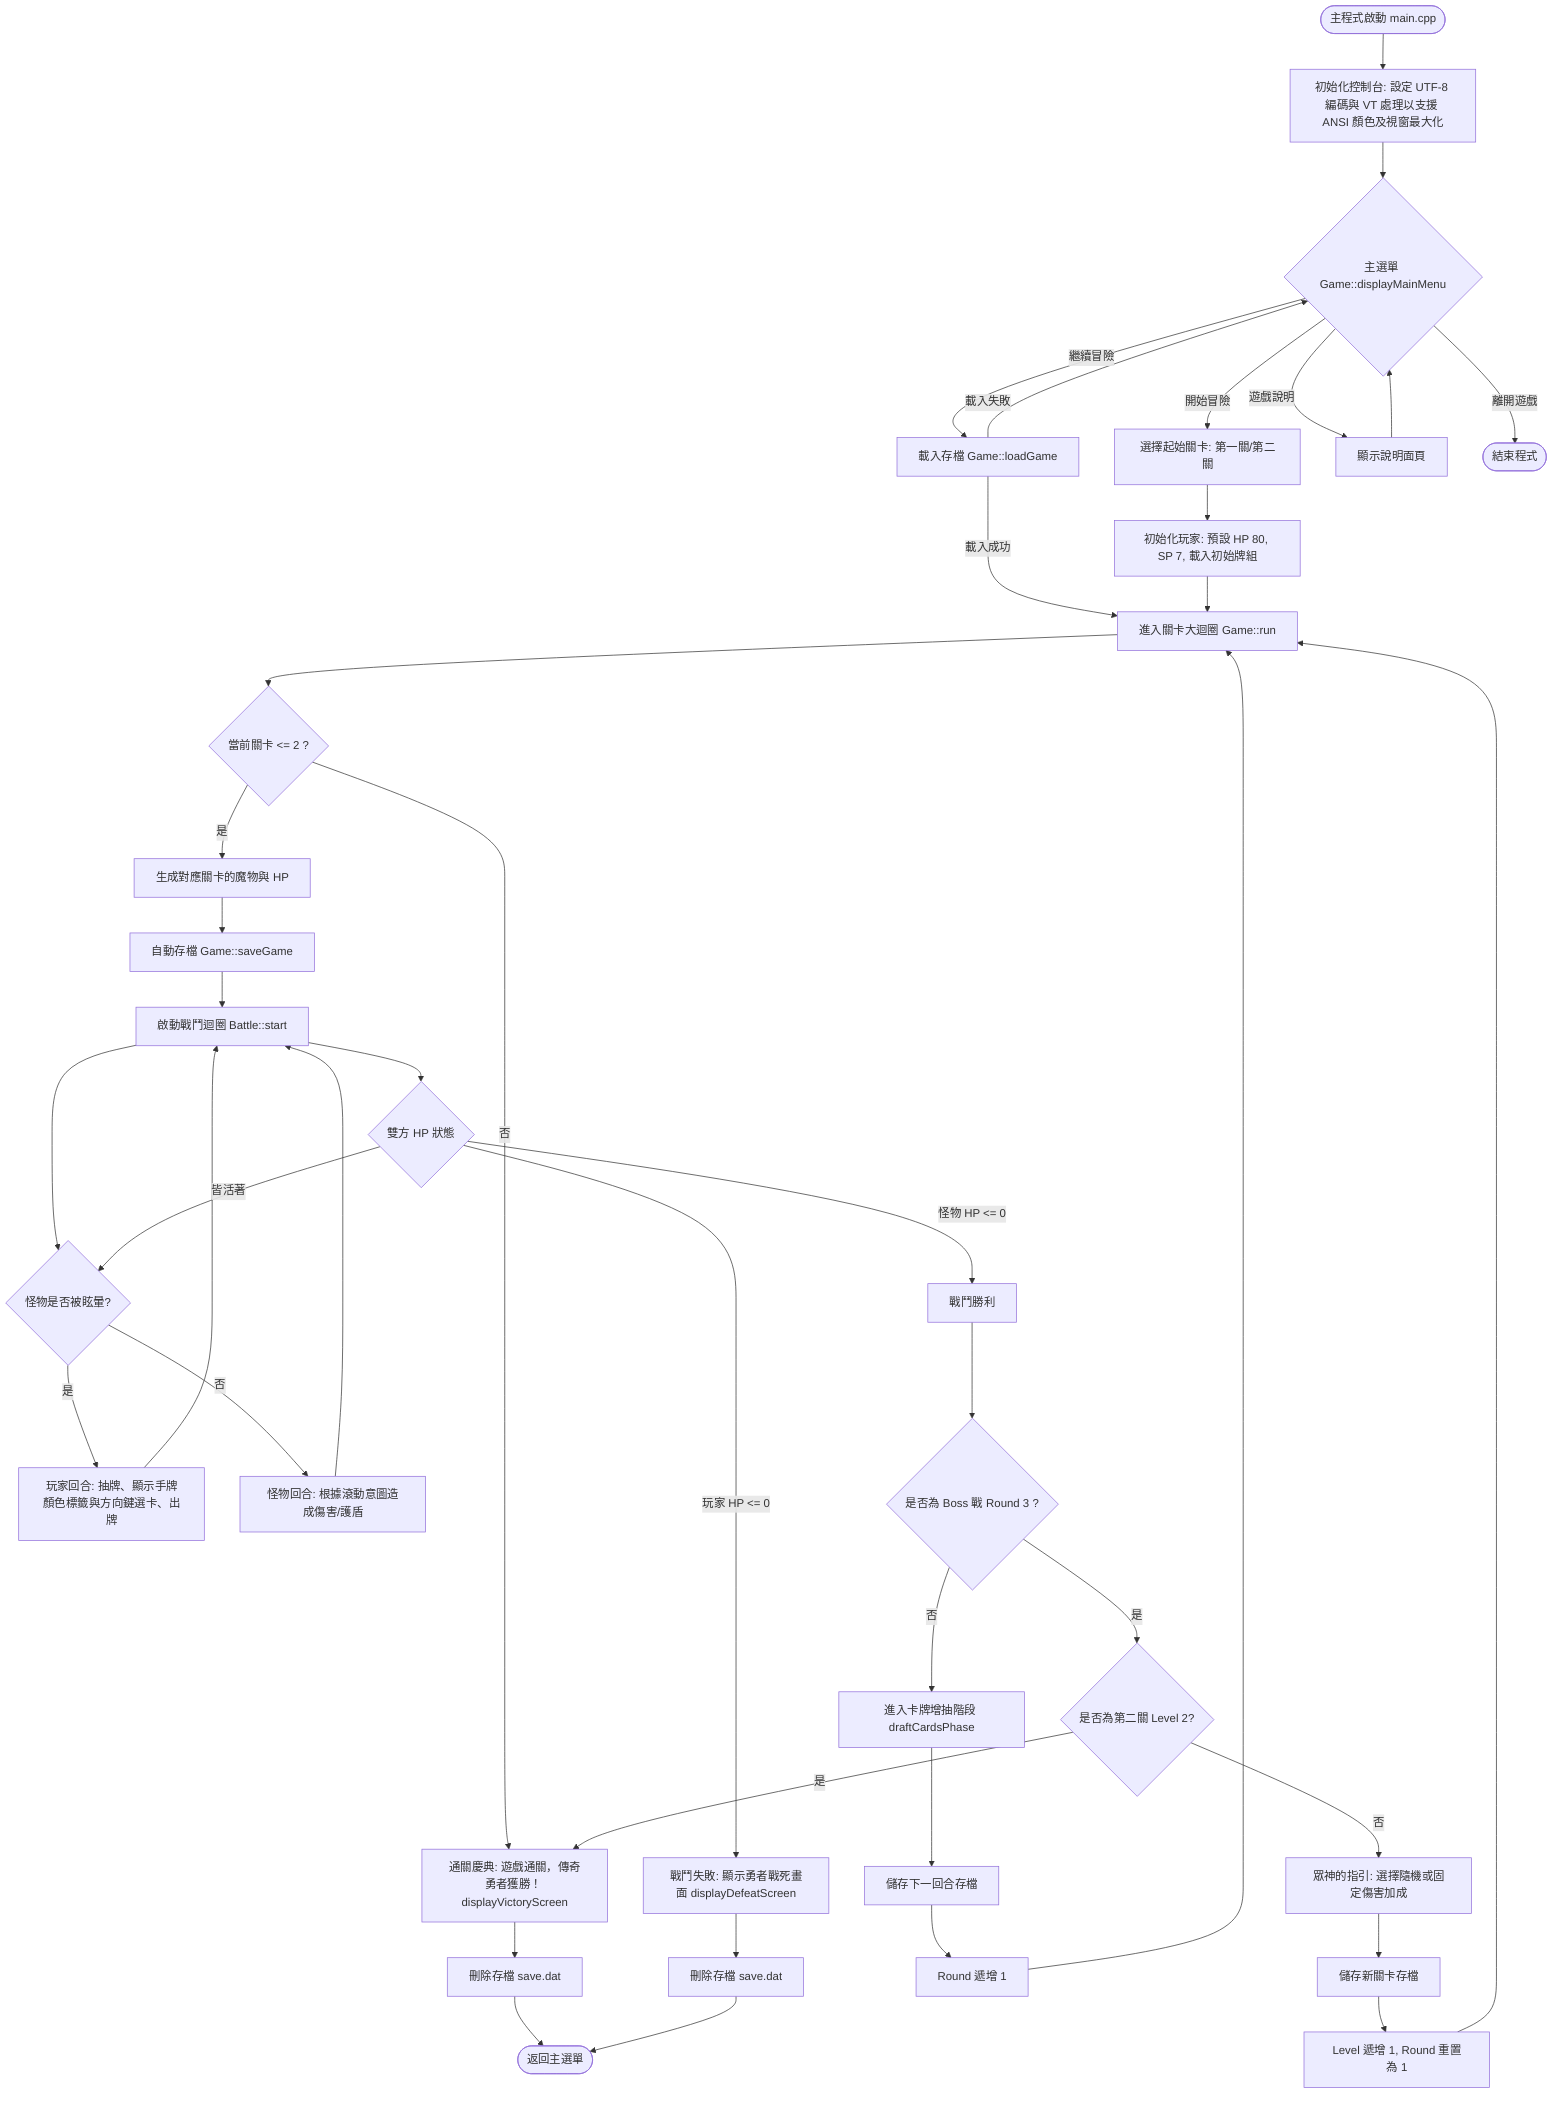
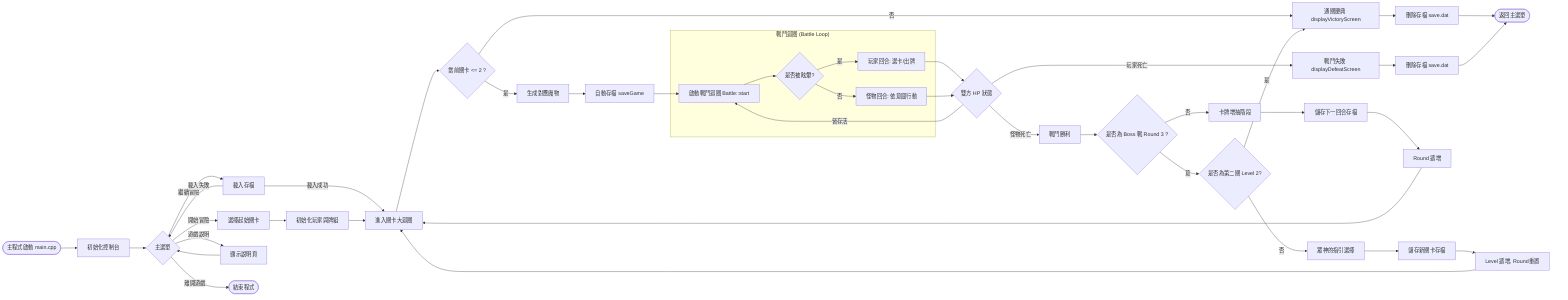
- flowchart TD
-     Start([主程式啟動 main.cpp]) --> InitConsole[初始化控制台: 設定 UTF-8 編碼與 VT 處理以支援 ANSI 顏色及視窗最大化]
-     InitConsole --> MainMenu{主選單 Game::displayMainMenu}
+ flowchart LR
+     Start([主程式啟動 main.cpp]) --> InitConsole[初始化控制台] --> MainMenu{主選單}

-     MainMenu -->|開始冒險| SelectLvl[選擇起始關卡: 第一關/第二關]
-     MainMenu -->|繼續冒險| LoadFile[載入存檔 Game::loadGame]
-     MainMenu -->|遊戲說明| ShowInst[顯示說明面頁]
+     MainMenu -->|開始冒險| SelectLvl[選擇起始關卡]
+     MainMenu -->|繼續冒險| LoadFile[載入存檔]
+     MainMenu -->|遊戲說明| ShowInst[顯示說明頁]
    MainMenu -->|離開遊戲| ExitGame([結束程式])

    ShowInst --> MainMenu
-     SelectLvl --> InitPlayer[初始化玩家: 預設 HP 80, SP 7, 載入初始牌組]
+     SelectLvl --> InitPlayer[初始化玩家與牌組]
    LoadFile -->|載入成功| StartLevelLoop
    LoadFile -->|載入失敗| MainMenu
-     InitPlayer --> StartLevelLoop[進入關卡大迴圈 Game::run]
+     InitPlayer --> StartLevelLoop[進入關卡大迴圈]

    StartLevelLoop --> LevelCond{當前關卡 <= 2 ?}
-     LevelCond -->|是| BattleStart[生成對應關卡的魔物與 HP]
-     LevelCond -->|否| ShowWin[通關慶典: 遊戲通關，傳奇勇者獲勝！ displayVictoryScreen]
+     LevelCond -->|是| BattleStart[生成對應魔物]
+     LevelCond -->|否| ShowWin[通關慶典 displayVictoryScreen]
    ShowWin --> DeleteSaveWin[刪除存檔 save.dat] --> ReturnMenu([返回主選單])

-     BattleStart --> AutoSave[自動存檔 Game::saveGame]
+     BattleStart --> AutoSave[自動存檔 saveGame]
    AutoSave --> PlayBattle[啟動戰鬥迴圈 Battle::start]

-     PlayBattle --> CheckStun{怪物是否被眩暈?}
-     CheckStun -->|是| PlayerTurn[玩家回合: 抽牌、顯示手牌顏色標籤與方向鍵選卡、出牌]
-     CheckStun -->|否| MonsterTurn[怪物回合: 根據滾動意圖造成傷害/護盾]
+     subgraph "戰鬥迴圈 (Battle Loop)"
+         PlayBattle --> CheckStun{是否被眩暈?}
+         CheckStun -->|是| PlayerTurn[玩家回合: 選卡/出牌]
+         CheckStun -->|否| MonsterTurn[怪物回合: 依意圖行動]
+     end

-     PlayerTurn --> PlayBattle
-     MonsterTurn --> PlayBattle
+     PlayerTurn --> CheckHp
+     MonsterTurn --> CheckHp

-     PlayBattle --> CheckHp{雙方 HP 狀態}
-     CheckHp -->|玩家 HP <= 0| ShowDefeat[戰鬥失敗: 顯示勇者戰死畫面 displayDefeatScreen]
-     CheckHp -->|怪物 HP <= 0| BattleWin[戰鬥勝利]
-     CheckHp -->|皆活著| CheckStun
+     CheckHp{雙方 HP 狀態} -->|玩家死亡| ShowDefeat[戰鬥失敗 displayDefeatScreen]
+     CheckHp -->|怪物死亡| BattleWin[戰鬥勝利]
+     CheckHp -->|皆存活| PlayBattle

    ShowDefeat --> DeleteSaveDefeat[刪除存檔 save.dat] --> ReturnMenu

    BattleWin --> RoundCond{是否為 Boss 戰 Round 3 ?}

-     RoundCond -->|否| DraftCards[進入卡牌增抽階段 draftCardsPhase]
+     RoundCond -->|否| DraftCards[卡牌增抽階段]
    DraftCards --> SaveNextRound[儲存下一回合存檔]
-     SaveNextRound --> AdvanceRound[Round 遞增 1] --> StartLevelLoop
+     SaveNextRound --> AdvanceRound[Round 遞增] --> StartLevelLoop

-     RoundCond -->|是| LevelCheck{是否為第二關 Level 2?}
-     LevelCheck -->|否| GodGuidance[眾神的指引: 選擇隨機或固定傷害加成]
+     RoundCond -->|意| LevelCheck{是否為第二關 Level 2?}
+     LevelCheck -->|否| GodGuidance[眾神的指引選擇]
    GodGuidance --> SaveNextLvl[儲存新關卡存檔]
-     SaveNextLvl --> AdvanceLevel[Level 遞增 1, Round 重置為 1] --> StartLevelLoop
+     SaveNextLvl --> AdvanceLevel[Level 遞增, Round重置] --> StartLevelLoop
    LevelCheck -->|是| ShowWin
